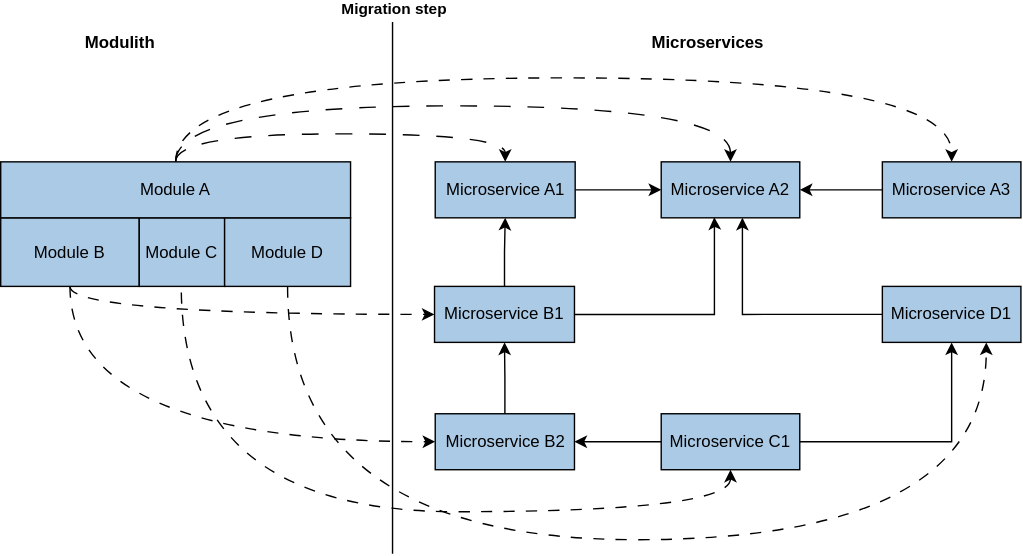
founek2/diploma-thesis keeps this draw.io diagram as thesis/src/images/modulith_to_microservices_steps.svg. Above is the earlier version. Source tidied: cells renumbered, new cells last; positions are measured from the earlier drawing's top-left corner, leaving out a move shared by most shapes. Source of this version:
```xml
<mxGraphModel>
  <root>
    <mxCell id="0" />
    <mxCell id="1" parent="0" />
    <mxCell id="2" style="edgeStyle=orthogonalEdgeStyle;rounded=0;jettySize=auto;html=1;entryX=0;entryY=0.5;entryDx=0;entryDy=0;" parent="1" edge="1" source="3" target="26">
      <mxGeometry relative="1" as="geometry" />
    </mxCell>
    <mxCell id="3" value="Microservice A1" style="rounded=0;whiteSpace=wrap;html=1;fillColor=#ABCAE6;" parent="1" vertex="1">
      <mxGeometry x="310.5" y="100" width="100" height="40" as="geometry" />
    </mxCell>
    <mxCell id="4" style="edgeStyle=orthogonalEdgeStyle;rounded=0;jettySize=auto;html=1;entryX=0.5;entryY=1;entryDx=0;entryDy=0;" parent="1" edge="1" source="6" target="3">
      <mxGeometry relative="1" as="geometry" />
    </mxCell>
    <mxCell id="5" style="edgeStyle=orthogonalEdgeStyle;rounded=0;jettySize=auto;html=1;entryX=0.383;entryY=0.989;entryDx=0;entryDy=0;entryPerimeter=0;" parent="1" edge="1" source="6" target="26">
      <mxGeometry relative="1" as="geometry">
        <Array as="points">
          <mxPoint x="510" y="209" />
          <mxPoint x="510" y="142" />
        </Array>
      </mxGeometry>
    </mxCell>
    <mxCell id="6" value="Microservice B1" style="rounded=0;whiteSpace=wrap;html=1;fillColor=#ABCAE6;" parent="1" vertex="1">
      <mxGeometry x="310" y="189" width="100" height="40" as="geometry" />
    </mxCell>
    <mxCell id="7" style="edgeStyle=orthogonalEdgeStyle;rounded=0;jettySize=auto;html=1;entryX=0.5;entryY=1;entryDx=0;entryDy=0;" parent="1" edge="1" source="8" target="6">
      <mxGeometry relative="1" as="geometry" />
    </mxCell>
    <mxCell id="8" value="&lt;div&gt;Microservice B2&lt;/div&gt;" style="rounded=0;whiteSpace=wrap;html=1;fillColor=#ABCAE6;" parent="1" vertex="1">
      <mxGeometry x="310.5" y="280" width="99.5" height="40" as="geometry" />
    </mxCell>
    <mxCell id="9" style="edgeStyle=orthogonalEdgeStyle;rounded=0;jettySize=auto;html=1;entryX=0.5;entryY=1;entryDx=0;entryDy=0;" parent="1" edge="1" source="12" target="13">
      <mxGeometry relative="1" as="geometry" />
    </mxCell>
    <mxCell id="10" style="edgeStyle=orthogonalEdgeStyle;rounded=0;jettySize=auto;html=1;" parent="1" edge="1" source="12" target="8">
      <mxGeometry relative="1" as="geometry" />
    </mxCell>
    <mxCell id="11" style="rounded=0;jettySize=auto;html=1;exitX=0.5;exitY=1;exitDx=0;exitDy=0;endArrow=none;endFill=0;startArrow=classic;startFill=1;dashed=1;dashPattern=8 8;edgeStyle=orthogonalEdgeStyle;curved=1;" parent="1" edge="1" source="12" target="19">
      <mxGeometry relative="1" as="geometry">
        <Array as="points">
          <mxPoint x="521" y="350" />
          <mxPoint x="129" y="350" />
        </Array>
      </mxGeometry>
    </mxCell>
    <mxCell id="12" value="Microservice C1" style="rounded=0;whiteSpace=wrap;html=1;fillColor=#ABCAE6;" parent="1" vertex="1">
      <mxGeometry x="472" y="280" width="99" height="40" as="geometry" />
    </mxCell>
    <mxCell id="13" value="Microservice D1" style="rounded=0;whiteSpace=wrap;html=1;fillColor=#ABCAE6;" parent="1" vertex="1">
      <mxGeometry x="630" y="189" width="99" height="40" as="geometry" />
    </mxCell>
    <mxCell id="14" value="Module B" style="rounded=0;whiteSpace=wrap;html=1;fillColor=#abcae6;" parent="1" vertex="1">
      <mxGeometry x="10" y="115" width="99" height="49" as="geometry" />
    </mxCell>
    <mxCell id="15" value="Module C" style="rounded=0;whiteSpace=wrap;html=1;fillColor=#abcae6;" parent="1" vertex="1">
      <mxGeometry x="109" y="115" width="61" height="49" as="geometry" />
    </mxCell>
    <mxCell id="16" style="edgeStyle=orthogonalEdgeStyle;rounded=0;jettySize=auto;html=1;entryX=0;entryY=0.5;entryDx=0;entryDy=0;curved=1;exitX=0.5;exitY=1;exitDx=0;exitDy=0;dashed=1;dashPattern=8 8;" parent="1" edge="1" source="18" target="6">
      <mxGeometry relative="1" as="geometry" />
    </mxCell>
    <mxCell id="17" style="edgeStyle=orthogonalEdgeStyle;rounded=0;jettySize=auto;html=1;entryX=0;entryY=0.5;entryDx=0;entryDy=0;curved=1;exitX=0.5;exitY=1;exitDx=0;exitDy=0;dashed=1;dashPattern=8 8;" parent="1" edge="1" source="18" target="8">
      <mxGeometry relative="1" as="geometry" />
    </mxCell>
    <mxCell id="18" value="Module B" style="rounded=0;whiteSpace=wrap;html=1;fillColor=#abcae6;" parent="1" vertex="1">
      <mxGeometry y="140" width="99" height="49" as="geometry" />
    </mxCell>
    <mxCell id="19" value="Module C" style="rounded=0;whiteSpace=wrap;html=1;fillColor=#abcae6;" parent="1" vertex="1">
      <mxGeometry x="99" y="140" width="61" height="49" as="geometry" />
    </mxCell>
    <mxCell id="20" style="rounded=0;jettySize=auto;html=1;entryX=0.75;entryY=1;entryDx=0;entryDy=0;exitX=0.5;exitY=1;exitDx=0;exitDy=0;dashed=1;dashPattern=8 8;edgeStyle=orthogonalEdgeStyle;curved=1;" parent="1" edge="1" source="21" target="13">
      <mxGeometry relative="1" as="geometry">
        <Array as="points">
          <mxPoint x="205" y="370" />
          <mxPoint x="704" y="370" />
        </Array>
      </mxGeometry>
    </mxCell>
    <mxCell id="21" value="Module D" style="rounded=0;whiteSpace=wrap;html=1;fillColor=#abcae6;" parent="1" vertex="1">
      <mxGeometry x="160" y="140" width="90" height="49" as="geometry" />
    </mxCell>
    <mxCell id="22" style="rounded=0;jettySize=auto;html=1;entryX=0.5;entryY=0;entryDx=0;entryDy=0;exitX=0.5;exitY=0;exitDx=0;exitDy=0;elbow=vertical;dashed=1;dashPattern=12 12;edgeStyle=orthogonalEdgeStyle;curved=1;" parent="1" edge="1" source="24" target="3">
      <mxGeometry relative="1" as="geometry" />
    </mxCell>
    <mxCell id="23" style="rounded=0;jettySize=auto;html=1;entryX=0.5;entryY=0;entryDx=0;entryDy=0;exitX=0.5;exitY=0;exitDx=0;exitDy=0;dashed=1;dashPattern=8 8;edgeStyle=orthogonalEdgeStyle;curved=1;" parent="1" edge="1" source="24" target="28">
      <mxGeometry relative="1" as="geometry">
        <Array as="points">
          <mxPoint x="125" y="40" />
          <mxPoint x="679" y="40" />
        </Array>
      </mxGeometry>
    </mxCell>
    <mxCell id="24" value="Module A" style="rounded=0;whiteSpace=wrap;html=1;fillColor=#abcae6;" parent="1" vertex="1">
      <mxGeometry y="100" width="250" height="40" as="geometry" />
    </mxCell>
    <mxCell id="25" value="Modulith" style="text;html=1;align=center;verticalAlign=middle;strokeColor=none;fillColor=none;fontStyle=1;" parent="1" vertex="1">
      <mxGeometry x="50" width="70" height="30" as="geometry" />
    </mxCell>
    <mxCell id="26" value="Microservice A2" style="rounded=0;whiteSpace=wrap;html=1;fillColor=#ABCAE6;" parent="1" vertex="1">
      <mxGeometry x="472" y="100" width="99" height="40" as="geometry" />
    </mxCell>
    <mxCell id="27" style="edgeStyle=orthogonalEdgeStyle;rounded=0;jettySize=auto;html=1;entryX=1;entryY=0.5;entryDx=0;entryDy=0;" parent="1" edge="1" source="28" target="26">
      <mxGeometry relative="1" as="geometry" />
    </mxCell>
    <mxCell id="28" value="Microservice A3" style="rounded=0;whiteSpace=wrap;html=1;fillColor=#ABCAE6;" parent="1" vertex="1">
      <mxGeometry x="630" y="100" width="99" height="40" as="geometry" />
    </mxCell>
    <mxCell id="29" style="edgeStyle=orthogonalEdgeStyle;rounded=0;orthogonalLoop=1;jettySize=auto;html=1;" parent="1" edge="1">
      <mxGeometry relative="1" as="geometry">
        <mxPoint x="630" y="209" as="sourcePoint" />
        <mxPoint x="530" y="140" as="targetPoint" />
        <Array as="points">
          <mxPoint x="530" y="209" />
          <mxPoint x="530" y="141" />
        </Array>
      </mxGeometry>
    </mxCell>
    <mxCell id="30" style="rounded=0;jettySize=auto;html=1;entryX=0.5;entryY=0;entryDx=0;entryDy=0;exitX=0.5;exitY=0;exitDx=0;exitDy=0;elbow=vertical;dashed=1;dashPattern=12 12;edgeStyle=orthogonalEdgeStyle;curved=1;" parent="1" edge="1" source="24" target="26">
      <mxGeometry relative="1" as="geometry">
        <Array as="points">
          <mxPoint x="125" y="60" />
          <mxPoint x="521" y="60" />
        </Array>
      </mxGeometry>
    </mxCell>
    <mxCell id="31" style="endArrow=none;html=1;rounded=0;fontStyle=1;" parent="1" edge="1">
      <mxGeometry relative="1" as="geometry">
        <mxPoint x="280" y="380" as="sourcePoint" />
        <mxPoint x="280" as="targetPoint" />
      </mxGeometry>
    </mxCell>
    <mxCell id="32" value="Migration step" style="edgeLabel;html=1;align=center;verticalAlign=middle;fontStyle=1;" parent="31" vertex="1">
      <mxGeometry x="0.94" y="-1" relative="1" as="geometry">
        <mxPoint y="-22" as="offset" />
      </mxGeometry>
    </mxCell>
    <mxCell id="33" value="Microservices" style="text;html=1;align=center;verticalAlign=middle;strokeColor=none;fillColor=none;fontStyle=1;" parent="1" vertex="1">
      <mxGeometry x="455" width="100" height="30" as="geometry" />
    </mxCell>
  </root>
</mxGraphModel>
```
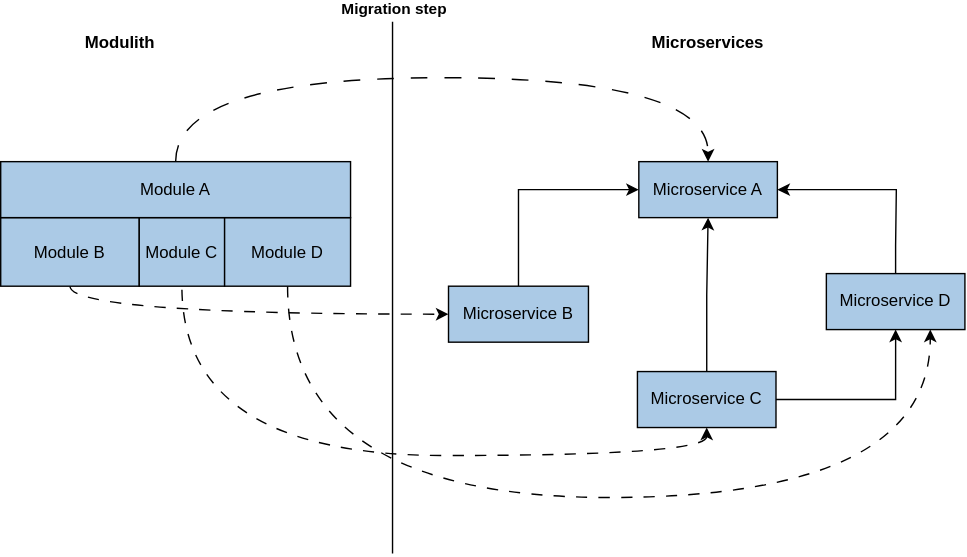
After the change.

Commit message:
Remove module spliting from diagram

Diff of the diagram source:
```diff
@@ -2,51 +2,38 @@
   <root>
     <mxCell id="0" />
     <mxCell id="1" parent="0" />
-    <mxCell id="2" style="edgeStyle=orthogonalEdgeStyle;rounded=0;jettySize=auto;html=1;entryX=0;entryY=0.5;entryDx=0;entryDy=0;" parent="1" edge="1" source="3" target="26">
-      <mxGeometry relative="1" as="geometry" />
-    </mxCell>
-    <mxCell id="3" value="Microservice A1" style="rounded=0;whiteSpace=wrap;html=1;fillColor=#ABCAE6;" parent="1" vertex="1">
-      <mxGeometry x="310.5" y="100" width="100" height="40" as="geometry" />
-    </mxCell>
-    <mxCell id="4" style="edgeStyle=orthogonalEdgeStyle;rounded=0;jettySize=auto;html=1;entryX=0.5;entryY=1;entryDx=0;entryDy=0;" parent="1" edge="1" source="6" target="3">
-      <mxGeometry relative="1" as="geometry" />
-    </mxCell>
-    <mxCell id="5" style="edgeStyle=orthogonalEdgeStyle;rounded=0;jettySize=auto;html=1;entryX=0.383;entryY=0.989;entryDx=0;entryDy=0;entryPerimeter=0;" parent="1" edge="1" source="6" target="26">
+    <mxCell id="5" style="edgeStyle=orthogonalEdgeStyle;rounded=0;jettySize=auto;html=1;entryX=0;entryY=0.5;entryDx=0;entryDy=0;" parent="1" edge="1" source="6" target="26">
       <mxGeometry relative="1" as="geometry">
         <Array as="points">
-          <mxPoint x="510" y="209" />
-          <mxPoint x="510" y="142" />
+          <mxPoint x="370" y="120" />
         </Array>
       </mxGeometry>
     </mxCell>
-    <mxCell id="6" value="Microservice B1" style="rounded=0;whiteSpace=wrap;html=1;fillColor=#ABCAE6;" parent="1" vertex="1">
-      <mxGeometry x="310" y="189" width="100" height="40" as="geometry" />
+    <mxCell id="6" value="Microservice B" style="rounded=0;whiteSpace=wrap;html=1;fillColor=#ABCAE6;" parent="1" vertex="1">
+      <mxGeometry x="320" y="189" width="100" height="40" as="geometry" />
     </mxCell>
-    <mxCell id="7" style="edgeStyle=orthogonalEdgeStyle;rounded=0;jettySize=auto;html=1;entryX=0.5;entryY=1;entryDx=0;entryDy=0;" parent="1" edge="1" source="8" target="6">
-      <mxGeometry relative="1" as="geometry" />
-    </mxCell>
-    <mxCell id="8" value="&lt;div&gt;Microservice B2&lt;/div&gt;" style="rounded=0;whiteSpace=wrap;html=1;fillColor=#ABCAE6;" parent="1" vertex="1">
-      <mxGeometry x="310.5" y="280" width="99.5" height="40" as="geometry" />
-    </mxCell>
     <mxCell id="9" style="edgeStyle=orthogonalEdgeStyle;rounded=0;jettySize=auto;html=1;entryX=0.5;entryY=1;entryDx=0;entryDy=0;" parent="1" edge="1" source="12" target="13">
       <mxGeometry relative="1" as="geometry" />
     </mxCell>
-    <mxCell id="10" style="edgeStyle=orthogonalEdgeStyle;rounded=0;jettySize=auto;html=1;" parent="1" edge="1" source="12" target="8">
-      <mxGeometry relative="1" as="geometry" />
-    </mxCell>
     <mxCell id="11" style="rounded=0;jettySize=auto;html=1;exitX=0.5;exitY=1;exitDx=0;exitDy=0;endArrow=none;endFill=0;startArrow=classic;startFill=1;dashed=1;dashPattern=8 8;edgeStyle=orthogonalEdgeStyle;curved=1;" parent="1" edge="1" source="12" target="19">
-      <mxGeometry relative="1" as="geometry">
-        <Array as="points">
-          <mxPoint x="521" y="350" />
-          <mxPoint x="129" y="350" />
-        </Array>
-      </mxGeometry>
+      <mxGeometry relative="1" as="geometry" />
     </mxCell>
+    <mxCell id="34" style="edgeStyle=orthogonalEdgeStyle;rounded=0;jettySize=auto;html=1;entryX=0.5;entryY=1;entryDx=0;entryDy=0;" parent="1" edge="1" source="12" target="26">
+      <mxGeometry relative="1" as="geometry" />
+    </mxCell>
-    <mxCell id="12" value="Microservice C1" style="rounded=0;whiteSpace=wrap;html=1;fillColor=#ABCAE6;" parent="1" vertex="1">
-      <mxGeometry x="472" y="280" width="99" height="40" as="geometry" />
+    <mxCell id="12" value="Microservice C" style="rounded=0;whiteSpace=wrap;html=1;fillColor=#ABCAE6;" parent="1" vertex="1">
+      <mxGeometry x="455" y="250" width="99" height="40" as="geometry" />
     </mxCell>
+    <mxCell id="35" style="edgeStyle=orthogonalEdgeStyle;rounded=0;jettySize=auto;html=1;entryX=1;entryY=0.5;entryDx=0;entryDy=0;" parent="1" edge="1" source="13" target="26">
+      <mxGeometry relative="1" as="geometry">
+        <Array as="points">
+          <mxPoint x="639" y="160" />
+          <mxPoint x="640" y="120" />
+        </Array>
+      </mxGeometry>
+    </mxCell>
-    <mxCell id="13" value="Microservice D1" style="rounded=0;whiteSpace=wrap;html=1;fillColor=#ABCAE6;" parent="1" vertex="1">
-      <mxGeometry x="630" y="189" width="99" height="40" as="geometry" />
+    <mxCell id="13" value="Microservice D" style="rounded=0;whiteSpace=wrap;html=1;fillColor=#ABCAE6;" parent="1" vertex="1">
+      <mxGeometry x="590" y="180" width="99" height="40" as="geometry" />
     </mxCell>
     <mxCell id="14" value="Module B" style="rounded=0;whiteSpace=wrap;html=1;fillColor=#abcae6;" parent="1" vertex="1">
       <mxGeometry x="10" y="115" width="99" height="49" as="geometry" />
@@ -57,9 +44,6 @@
     <mxCell id="16" style="edgeStyle=orthogonalEdgeStyle;rounded=0;jettySize=auto;html=1;entryX=0;entryY=0.5;entryDx=0;entryDy=0;curved=1;exitX=0.5;exitY=1;exitDx=0;exitDy=0;dashed=1;dashPattern=8 8;" parent="1" edge="1" source="18" target="6">
       <mxGeometry relative="1" as="geometry" />
     </mxCell>
-    <mxCell id="17" style="edgeStyle=orthogonalEdgeStyle;rounded=0;jettySize=auto;html=1;entryX=0;entryY=0.5;entryDx=0;entryDy=0;curved=1;exitX=0.5;exitY=1;exitDx=0;exitDy=0;dashed=1;dashPattern=8 8;" parent="1" edge="1" source="18" target="8">
-      <mxGeometry relative="1" as="geometry" />
-    </mxCell>
     <mxCell id="18" value="Module B" style="rounded=0;whiteSpace=wrap;html=1;fillColor=#abcae6;" parent="1" vertex="1">
       <mxGeometry y="140" width="99" height="49" as="geometry" />
     </mxCell>
@@ -69,55 +53,28 @@
     <mxCell id="20" style="rounded=0;jettySize=auto;html=1;entryX=0.75;entryY=1;entryDx=0;entryDy=0;exitX=0.5;exitY=1;exitDx=0;exitDy=0;dashed=1;dashPattern=8 8;edgeStyle=orthogonalEdgeStyle;curved=1;" parent="1" edge="1" source="21" target="13">
       <mxGeometry relative="1" as="geometry">
         <Array as="points">
-          <mxPoint x="205" y="370" />
-          <mxPoint x="704" y="370" />
+          <mxPoint x="205" y="340" />
+          <mxPoint x="664" y="340" />
         </Array>
       </mxGeometry>
     </mxCell>
     <mxCell id="21" value="Module D" style="rounded=0;whiteSpace=wrap;html=1;fillColor=#abcae6;" parent="1" vertex="1">
       <mxGeometry x="160" y="140" width="90" height="49" as="geometry" />
     </mxCell>
-    <mxCell id="22" style="rounded=0;jettySize=auto;html=1;entryX=0.5;entryY=0;entryDx=0;entryDy=0;exitX=0.5;exitY=0;exitDx=0;exitDy=0;elbow=vertical;dashed=1;dashPattern=12 12;edgeStyle=orthogonalEdgeStyle;curved=1;" parent="1" edge="1" source="24" target="3">
-      <mxGeometry relative="1" as="geometry" />
-    </mxCell>
-    <mxCell id="23" style="rounded=0;jettySize=auto;html=1;entryX=0.5;entryY=0;entryDx=0;entryDy=0;exitX=0.5;exitY=0;exitDx=0;exitDy=0;dashed=1;dashPattern=8 8;edgeStyle=orthogonalEdgeStyle;curved=1;" parent="1" edge="1" source="24" target="28">
-      <mxGeometry relative="1" as="geometry">
-        <Array as="points">
-          <mxPoint x="125" y="40" />
-          <mxPoint x="679" y="40" />
-        </Array>
-      </mxGeometry>
-    </mxCell>
     <mxCell id="24" value="Module A" style="rounded=0;whiteSpace=wrap;html=1;fillColor=#abcae6;" parent="1" vertex="1">
       <mxGeometry y="100" width="250" height="40" as="geometry" />
     </mxCell>
     <mxCell id="25" value="Modulith" style="text;html=1;align=center;verticalAlign=middle;strokeColor=none;fillColor=none;fontStyle=1;" parent="1" vertex="1">
       <mxGeometry x="50" width="70" height="30" as="geometry" />
     </mxCell>
-    <mxCell id="26" value="Microservice A2" style="rounded=0;whiteSpace=wrap;html=1;fillColor=#ABCAE6;" parent="1" vertex="1">
-      <mxGeometry x="472" y="100" width="99" height="40" as="geometry" />
+    <mxCell id="26" value="Microservice A" style="rounded=0;whiteSpace=wrap;html=1;fillColor=#ABCAE6;" parent="1" vertex="1">
+      <mxGeometry x="456" y="100" width="99" height="40" as="geometry" />
     </mxCell>
-    <mxCell id="27" style="edgeStyle=orthogonalEdgeStyle;rounded=0;jettySize=auto;html=1;entryX=1;entryY=0.5;entryDx=0;entryDy=0;" parent="1" edge="1" source="28" target="26">
-      <mxGeometry relative="1" as="geometry" />
-    </mxCell>
-    <mxCell id="28" value="Microservice A3" style="rounded=0;whiteSpace=wrap;html=1;fillColor=#ABCAE6;" parent="1" vertex="1">
-      <mxGeometry x="630" y="100" width="99" height="40" as="geometry" />
-    </mxCell>
-    <mxCell id="29" style="edgeStyle=orthogonalEdgeStyle;rounded=0;orthogonalLoop=1;jettySize=auto;html=1;" parent="1" edge="1">
-      <mxGeometry relative="1" as="geometry">
-        <mxPoint x="630" y="209" as="sourcePoint" />
-        <mxPoint x="530" y="140" as="targetPoint" />
-        <Array as="points">
-          <mxPoint x="530" y="209" />
-          <mxPoint x="530" y="141" />
-        </Array>
-      </mxGeometry>
-    </mxCell>
     <mxCell id="30" style="rounded=0;jettySize=auto;html=1;entryX=0.5;entryY=0;entryDx=0;entryDy=0;exitX=0.5;exitY=0;exitDx=0;exitDy=0;elbow=vertical;dashed=1;dashPattern=12 12;edgeStyle=orthogonalEdgeStyle;curved=1;" parent="1" edge="1" source="24" target="26">
       <mxGeometry relative="1" as="geometry">
         <Array as="points">
-          <mxPoint x="125" y="60" />
-          <mxPoint x="521" y="60" />
+          <mxPoint x="125" y="40" />
+          <mxPoint x="505" y="40" />
         </Array>
       </mxGeometry>
     </mxCell>
```
